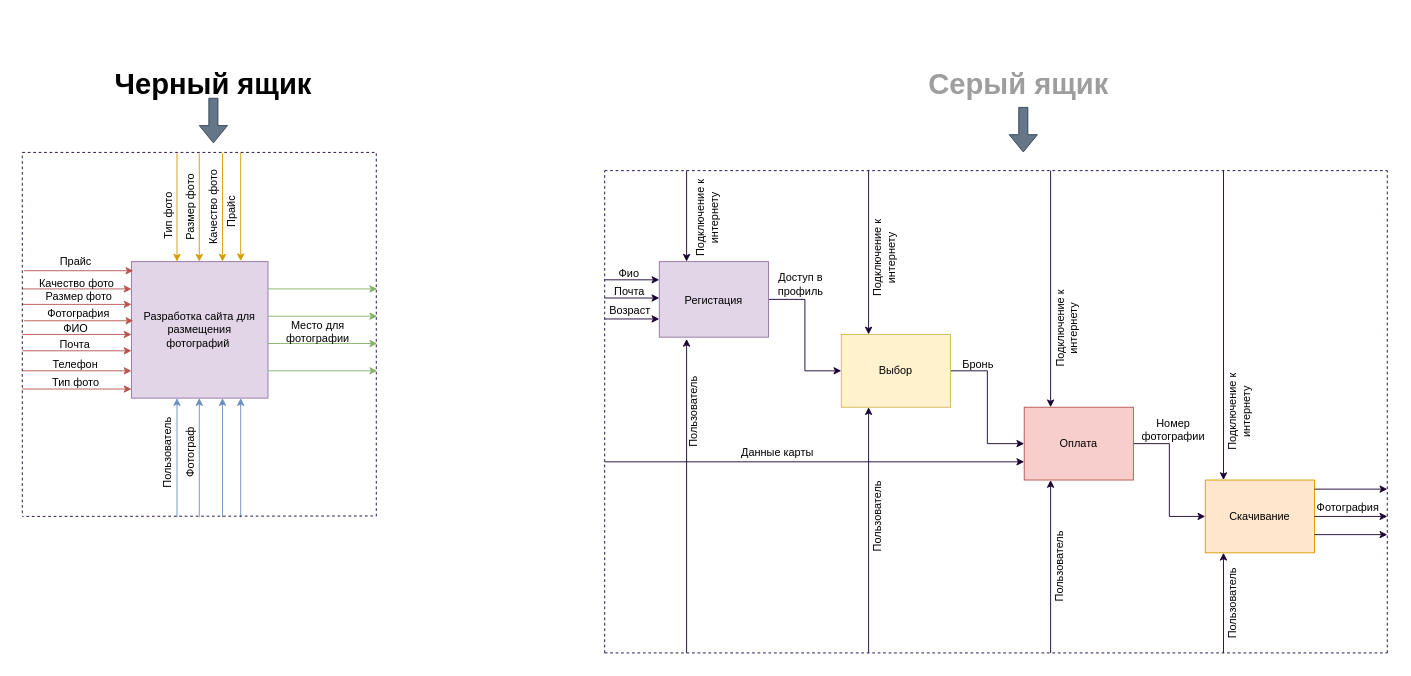
Dok23/XZ keeps this draw.io diagram as DIO2gramma.drawio. Above is the earlier version. Source tidied: cells renumbered, new cells numbered last; positions are measured from the earlier drawing's top-left corner, leaving out a move shared by most shapes. Both pictures are drawn from the tidied source at 91%, with x=0, y=0 at pixel (22, 15).
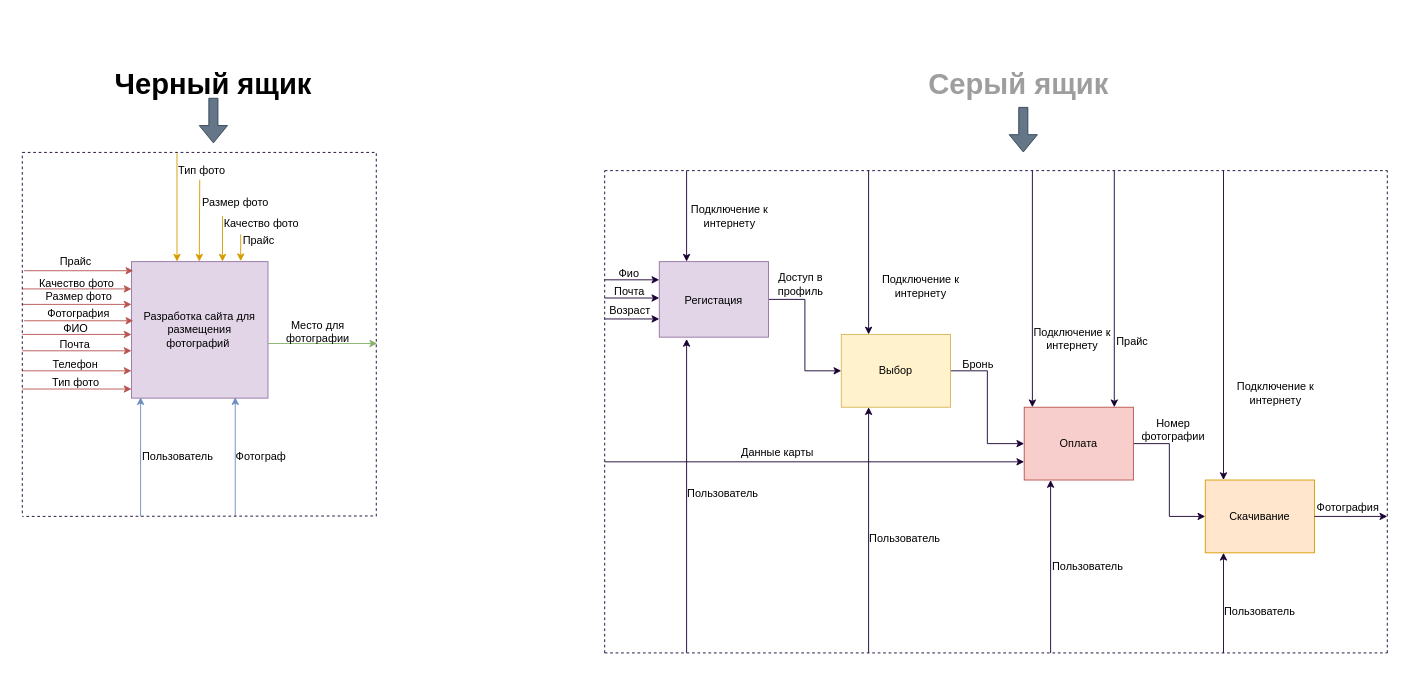
After the change.

Unchanged cells that the change refers to:
```xml
<mxCell id="52" style="rounded=0;whiteSpace=wrap;html=1;fillColor=#ffe6cc;strokeColor=#d79b00;" parent="1" vertex="1">
  <mxGeometry x="1300" y="510" width="120" height="80" as="geometry" />
</mxCell>
```

What changed in the source:
```diff
@@
-    <mxCell id="8" style="endArrow=classic;html=1;fillColor=#d5e8d4;strokeColor=#82b366;" parent="1" edge="1">
-      <mxGeometry relative="1" as="geometry">
-        <mxPoint x="270" y="390" as="sourcePoint" />
-        <mxPoint x="390" y="390" as="targetPoint" />
-      </mxGeometry>
-    </mxCell>
@@
-    <mxCell id="10" style="endArrow=classic;html=1;fillColor=#d5e8d4;strokeColor=#82b366;" parent="1" edge="1">
-      <mxGeometry relative="1" as="geometry">
-        <mxPoint x="270" y="330" as="sourcePoint" />
-        <mxPoint x="390" y="330" as="targetPoint" />
-      </mxGeometry>
-    </mxCell>
-    <mxCell id="11" style="endArrow=classic;html=1;fillColor=#d5e8d4;strokeColor=#82b366;" parent="1" edge="1">
-      <mxGeometry relative="1" as="geometry">
-        <mxPoint x="270" y="300" as="sourcePoint" />
-        <mxPoint x="390" y="300" as="targetPoint" />
-      </mxGeometry>
-    </mxCell>
@@
     <mxCell id="13" style="endArrow=classic;html=1;fillColor=#ffe6cc;strokeColor=#d79b00;" parent="1" edge="1">
       <mxGeometry relative="1" as="geometry">
-        <mxPoint x="194.5" y="151" as="sourcePoint" />
+        <mxPoint x="195" y="180" as="sourcePoint" />
         <mxPoint x="194.5" y="270" as="targetPoint" />
       </mxGeometry>
     </mxCell>
     <mxCell id="14" style="endArrow=classic;html=1;fillColor=#dae8fc;strokeColor=#6c8ebf;" parent="1" edge="1">
       <mxGeometry relative="1" as="geometry">
-        <mxPoint x="170" y="551" as="sourcePoint" />
-        <mxPoint x="170" y="420" as="targetPoint" />
+        <mxPoint x="130" y="550" as="sourcePoint" />
+        <mxPoint x="130" y="419" as="targetPoint" />
       </mxGeometry>
     </mxCell>
-    <mxCell id="15" value="Тип фото" style="text;html=1;strokeColor=none;fillColor=none;align=center;verticalAlign=middle;whiteSpace=wrap;rounded=0;rotation=-90;" parent="1" vertex="1">
-      <mxGeometry x="120" y="200" width="80" height="39" as="geometry" />
+    <mxCell id="15" value="Тип фото" style="text;html=1;strokeColor=none;fillColor=none;align=center;verticalAlign=middle;whiteSpace=wrap;rounded=0;rotation=0;" parent="1" vertex="1">
+      <mxGeometry x="155" y="150" width="85" height="39" as="geometry" />
     </mxCell>
-    <mxCell id="16" value="Размер фото" style="text;html=1;strokeColor=none;fillColor=none;align=center;verticalAlign=middle;whiteSpace=wrap;rounded=0;rotation=-90;" parent="1" vertex="1">
-      <mxGeometry x="140" y="195" width="91" height="30" as="geometry" />
+    <mxCell id="16" value="Размер фото" style="text;html=1;strokeColor=none;fillColor=none;align=center;verticalAlign=middle;whiteSpace=wrap;rounded=0;rotation=0;" parent="1" vertex="1">
+      <mxGeometry x="189" y="190" width="91" height="30" as="geometry" />
     </mxCell>
@@
-    <mxCell id="19" value="Качество фото" style="text;html=1;strokeColor=none;fillColor=none;align=center;verticalAlign=middle;whiteSpace=wrap;rounded=0;rotation=-90;" parent="1" vertex="1">
-      <mxGeometry x="160" y="195" width="100" height="30" as="geometry" />
+    <mxCell id="19" value="Качество фото" style="text;html=1;strokeColor=none;fillColor=none;align=center;verticalAlign=middle;whiteSpace=wrap;rounded=0;rotation=0;" parent="1" vertex="1">
+      <mxGeometry x="210" y="220" width="106" height="15" as="geometry" />
     </mxCell>
     <mxCell id="20" style="endArrow=classic;html=1;fillColor=#ffe6cc;strokeColor=#d79b00;" parent="1" edge="1">
       <mxGeometry relative="1" as="geometry">
-        <mxPoint x="220" y="151" as="sourcePoint" />
+        <mxPoint x="220" y="220" as="sourcePoint" />
         <mxPoint x="220" y="270" as="targetPoint" />
       </mxGeometry>
     </mxCell>
@@
-    <mxCell id="23" value="Прайс" style="text;html=1;strokeColor=none;fillColor=none;align=center;verticalAlign=middle;whiteSpace=wrap;rounded=0;rotation=-90;" parent="1" vertex="1">
-      <mxGeometry x="210" y="205" width="40" height="20" as="geometry" />
+    <mxCell id="23" value="Прайс" style="text;html=1;strokeColor=none;fillColor=none;align=center;verticalAlign=middle;whiteSpace=wrap;rounded=0;rotation=0;" parent="1" vertex="1">
+      <mxGeometry x="240" y="236.5" width="40" height="20" as="geometry" />
     </mxCell>
     <mxCell id="24" style="endArrow=classic;html=1;fillColor=#ffe6cc;strokeColor=#d79b00;" parent="1" edge="1">
       <mxGeometry relative="1" as="geometry">
-        <mxPoint x="240" y="150.5" as="sourcePoint" />
+        <mxPoint x="240" y="240" as="sourcePoint" />
         <mxPoint x="240" y="269.5" as="targetPoint" />
       </mxGeometry>
     </mxCell>
@@
     <mxCell id="26" style="endArrow=classic;html=1;fillColor=#dae8fc;strokeColor=#6c8ebf;" parent="1" edge="1">
       <mxGeometry relative="1" as="geometry">
-        <mxPoint x="194.5" y="551" as="sourcePoint" />
-        <mxPoint x="194.5" y="420" as="targetPoint" />
+        <mxPoint x="234" y="550" as="sourcePoint" />
+        <mxPoint x="234" y="419" as="targetPoint" />
       </mxGeometry>
     </mxCell>
-    <mxCell id="27" style="endArrow=classic;html=1;fillColor=#dae8fc;strokeColor=#6c8ebf;" parent="1" edge="1">
-      <mxGeometry relative="1" as="geometry">
-        <mxPoint x="220" y="551" as="sourcePoint" />
-        <mxPoint x="220" y="420" as="targetPoint" />
-      </mxGeometry>
-    </mxCell>
-    <mxCell id="28" style="endArrow=classic;html=1;fillColor=#dae8fc;strokeColor=#6c8ebf;" parent="1" edge="1">
-      <mxGeometry relative="1" as="geometry">
-        <mxPoint x="240" y="551" as="sourcePoint" />
-        <mxPoint x="240" y="420" as="targetPoint" />
-      </mxGeometry>
-    </mxCell>
-    <mxCell id="29" value="Пользователь" style="text;html=1;strokeColor=none;fillColor=none;align=center;verticalAlign=middle;whiteSpace=wrap;rounded=0;rotation=-90;" parent="1" vertex="1">
-      <mxGeometry x="100" y="470" width="120" height="20" as="geometry" />
+    <mxCell id="29" value="Пользователь" style="text;html=1;strokeColor=none;fillColor=none;align=center;verticalAlign=middle;whiteSpace=wrap;rounded=0;rotation=0;" parent="1" vertex="1">
+      <mxGeometry x="110.5" y="470" width="120" height="28" as="geometry" />
     </mxCell>
-    <mxCell id="30" value="Фотограф" style="text;html=1;strokeColor=none;fillColor=none;align=center;verticalAlign=middle;whiteSpace=wrap;rounded=0;rotation=-90;" parent="1" vertex="1">
-      <mxGeometry x="107.5" y="470" width="156" height="20" as="geometry" />
+    <mxCell id="30" value="Фотограф" style="text;html=1;strokeColor=none;fillColor=none;align=center;verticalAlign=middle;whiteSpace=wrap;rounded=0;rotation=0;" parent="1" vertex="1">
+      <mxGeometry x="182" y="480" width="161" height="10" as="geometry" />
     </mxCell>
@@
-    <mxCell id="61" style="endArrow=classic;html=1;strokeColor=#190033;" parent="1" edge="1">
-      <mxGeometry relative="1" as="geometry">
-        <mxPoint x="1420" y="520" as="sourcePoint" />
-        <mxPoint x="1500" y="520" as="targetPoint" />
-      </mxGeometry>
-    </mxCell>
@@
-    <mxCell id="63" style="endArrow=classic;html=1;strokeColor=#190033;exitX=1;exitY=0.75;exitDx=0;exitDy=0;" parent="1" edge="1" source="52">
-      <mxGeometry relative="1" as="geometry">
-        <mxPoint x="1500" y="570" as="targetPoint" />
-      </mxGeometry>
-    </mxCell>
@@
     <mxCell id="70" style="endArrow=classic;html=1;strokeColor=#190033;" parent="1" edge="1">
       <mxGeometry relative="1" as="geometry">
-        <mxPoint x="1130" y="170" as="sourcePoint" />
-        <mxPoint x="1130" y="430" as="targetPoint" />
+        <mxPoint x="1110" y="170" as="sourcePoint" />
+        <mxPoint x="1110" y="430" as="targetPoint" />
       </mxGeometry>
     </mxCell>
@@
-    <mxCell id="76" value="Пользователь" style="text;html=1;strokeColor=none;fillColor=none;align=center;verticalAlign=middle;whiteSpace=wrap;rounded=0;rotation=-90;" parent="1" vertex="1">
-      <mxGeometry x="688" y="420" width="100" height="30" as="geometry" />
-    </mxCell>
-    <mxCell id="77" value="Пользователь" style="text;html=1;strokeColor=none;fillColor=none;align=center;verticalAlign=middle;whiteSpace=wrap;rounded=0;rotation=-90;" parent="1" vertex="1">
-      <mxGeometry x="890" y="535" width="100" height="30" as="geometry" />
+    <mxCell id="77" value="Пользователь" style="text;html=1;strokeColor=none;fillColor=none;align=center;verticalAlign=middle;whiteSpace=wrap;rounded=0;rotation=0;" parent="1" vertex="1">
+      <mxGeometry x="920" y="560" width="100" height="30" as="geometry" />
     </mxCell>
-    <mxCell id="78" value="Пользователь" style="text;html=1;strokeColor=none;fillColor=none;align=center;verticalAlign=middle;whiteSpace=wrap;rounded=0;rotation=-90;" parent="1" vertex="1">
-      <mxGeometry x="1090" y="590" width="100" height="30" as="geometry" />
-    </mxCell>
-    <mxCell id="79" value="Пользователь" style="text;html=1;strokeColor=none;fillColor=none;align=center;verticalAlign=middle;whiteSpace=wrap;rounded=0;rotation=-90;" parent="1" vertex="1">
-      <mxGeometry x="1280" y="640" width="100" height="11" as="geometry" />
-    </mxCell>
@@
-    <mxCell id="89" value="Подключение к интернету" style="text;html=1;strokeColor=none;fillColor=none;align=center;verticalAlign=middle;whiteSpace=wrap;rounded=0;rotation=-90;" parent="1" vertex="1">
-      <mxGeometry x="1280" y="418" width="115" height="34" as="geometry" />
+    <mxCell id="89" value="Подключение к интернету" style="text;html=1;strokeColor=none;fillColor=none;align=center;verticalAlign=middle;whiteSpace=wrap;rounded=0;rotation=0;" parent="1" vertex="1">
+      <mxGeometry x="1320" y="400" width="115" height="30" as="geometry" />
     </mxCell>
-    <mxCell id="90" value="Подключение к интернету" style="text;html=1;strokeColor=none;fillColor=none;align=center;verticalAlign=middle;whiteSpace=wrap;rounded=0;rotation=-90;" parent="1" vertex="1">
-      <mxGeometry x="1090" y="326.5" width="115" height="34" as="geometry" />
-    </mxCell>
-    <mxCell id="91" value="Подключение к интернету" style="text;html=1;strokeColor=none;fillColor=none;align=center;verticalAlign=middle;whiteSpace=wrap;rounded=0;rotation=-90;" parent="1" vertex="1">
-      <mxGeometry x="890" y="249" width="115" height="34" as="geometry" />
-    </mxCell>
-    <mxCell id="92" value="Подключение к интернету" style="text;html=1;strokeColor=none;fillColor=none;align=center;verticalAlign=middle;whiteSpace=wrap;rounded=0;rotation=-90;" parent="1" vertex="1">
-      <mxGeometry x="695" y="205" width="115" height="34" as="geometry" />
-    </mxCell>
+    <mxCell id="93" value="Подключение к интернету" style="text;html=1;strokeColor=none;fillColor=none;align=center;verticalAlign=middle;whiteSpace=wrap;rounded=0;rotation=0;" parent="1" vertex="1">
+      <mxGeometry x="1090" y="338.5" width="128" height="33" as="geometry" />
+    </mxCell>
+    <mxCell id="94" value="Подключение к интернету" style="text;html=1;strokeColor=none;fillColor=none;align=center;verticalAlign=middle;whiteSpace=wrap;rounded=0;rotation=0;" parent="1" vertex="1">
+      <mxGeometry x="930" y="280" width="115" height="34" as="geometry" />
+    </mxCell>
+    <mxCell id="95" value="Подключение к интернету" style="text;html=1;strokeColor=none;fillColor=none;align=center;verticalAlign=middle;whiteSpace=wrap;rounded=0;rotation=0;" parent="1" vertex="1">
+      <mxGeometry x="720" y="202.5" width="115" height="34" as="geometry" />
+    </mxCell>
+    <mxCell id="96" style="endArrow=classic;html=1;strokeColor=#190033;" parent="1" edge="1">
+      <mxGeometry relative="1" as="geometry">
+        <mxPoint x="1200" y="170" as="sourcePoint" />
+        <mxPoint x="1200" y="430" as="targetPoint" />
+      </mxGeometry>
+    </mxCell>
+    <mxCell id="97" value="Прайс" style="text;html=1;strokeColor=none;fillColor=none;align=center;verticalAlign=middle;whiteSpace=wrap;rounded=0;" parent="1" vertex="1">
+      <mxGeometry x="1200" y="348" width="40" height="20" as="geometry" />
+    </mxCell>
+    <mxCell id="98" value="Пользователь" style="text;html=1;strokeColor=none;fillColor=none;align=center;verticalAlign=middle;whiteSpace=wrap;rounded=0;rotation=0;" parent="1" vertex="1">
+      <mxGeometry x="720" y="510" width="100" height="30" as="geometry" />
+    </mxCell>
+    <mxCell id="99" value="Пользователь" style="text;html=1;strokeColor=none;fillColor=none;align=center;verticalAlign=middle;whiteSpace=wrap;rounded=0;rotation=0;" parent="1" vertex="1">
+      <mxGeometry x="1121" y="590" width="100" height="30" as="geometry" />
+    </mxCell>
+    <mxCell id="100" value="Пользователь" style="text;html=1;strokeColor=none;fillColor=none;align=center;verticalAlign=middle;whiteSpace=wrap;rounded=0;rotation=0;" parent="1" vertex="1">
+      <mxGeometry x="1310" y="640" width="100" height="30" as="geometry" />
+    </mxCell>
```
